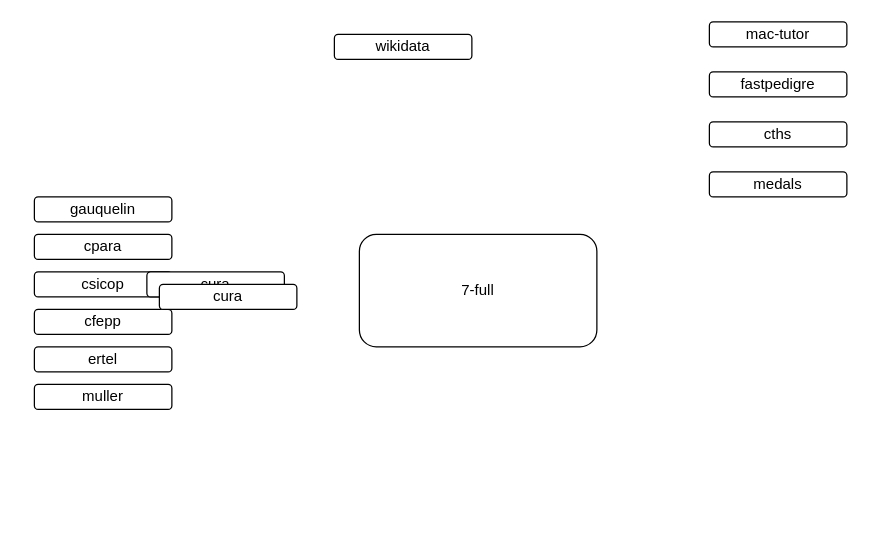
Before: docs/img/7-full.drawio in tig12/g5, a draw.io diagram. Source tidied: cells renumbered, new cells numbered last; positions are measured from the earlier drawing's top-left corner, leaving out a move shared by most shapes. Both pictures are drawn from the tidied source at 125%, with x=0, y=0 at pixel (34, 21).
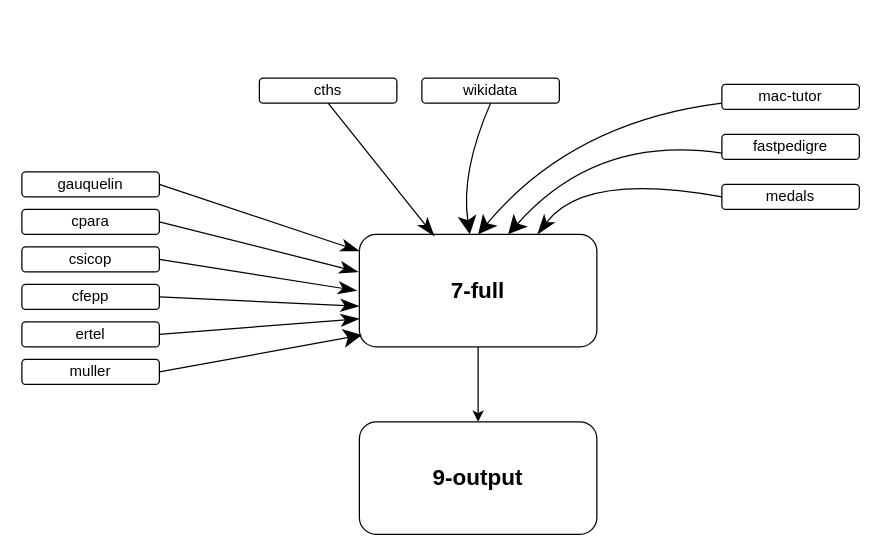
After the change.

Change to the diagram source:
```diff
@@
-    <mxCell id="2" value="7-full" style="rounded=1;whiteSpace=wrap;html=1;" parent="1" vertex="1">
+    <mxCell id="2" value="&lt;font style=&quot;font-size: 18px&quot;&gt;&lt;b&gt;7-full&lt;/b&gt;&lt;/font&gt;" style="rounded=1;whiteSpace=wrap;html=1;" parent="1" vertex="1">
       <mxGeometry x="260" y="170" width="190" height="90" as="geometry" />
     </mxCell>
     <mxCell id="3" value="mac-tutor" style="rounded=1;whiteSpace=wrap;html=1;" parent="1" vertex="1">
-      <mxGeometry x="540" width="110" height="20" as="geometry" />
+      <mxGeometry x="550" y="50" width="110" height="20" as="geometry" />
     </mxCell>
     <mxCell id="4" value="gauquelin" style="rounded=1;whiteSpace=wrap;html=1;" parent="1" vertex="1">
-      <mxGeometry y="140" width="110" height="20" as="geometry" />
+      <mxGeometry x="-10" y="120" width="110" height="20" as="geometry" />
     </mxCell>
     <mxCell id="5" value="cpara" style="rounded=1;whiteSpace=wrap;html=1;" parent="1" vertex="1">
-      <mxGeometry y="170" width="110" height="20" as="geometry" />
+      <mxGeometry x="-10" y="150" width="110" height="20" as="geometry" />
     </mxCell>
     <mxCell id="6" value="csicop" style="rounded=1;whiteSpace=wrap;html=1;" parent="1" vertex="1">
-      <mxGeometry y="200" width="110" height="20" as="geometry" />
+      <mxGeometry x="-10" y="180" width="110" height="20" as="geometry" />
     </mxCell>
     <mxCell id="7" value="cfepp" style="rounded=1;whiteSpace=wrap;html=1;" parent="1" vertex="1">
-      <mxGeometry y="230" width="110" height="20" as="geometry" />
+      <mxGeometry x="-10" y="210" width="110" height="20" as="geometry" />
     </mxCell>
     <mxCell id="8" value="ertel" style="rounded=1;whiteSpace=wrap;html=1;" parent="1" vertex="1">
-      <mxGeometry y="260" width="110" height="20" as="geometry" />
+      <mxGeometry x="-10" y="240" width="110" height="20" as="geometry" />
     </mxCell>
     <mxCell id="9" value="muller" style="rounded=1;whiteSpace=wrap;html=1;" parent="1" vertex="1">
-      <mxGeometry y="290" width="110" height="20" as="geometry" />
+      <mxGeometry x="-10" y="270" width="110" height="20" as="geometry" />
     </mxCell>
     <mxCell id="10" value="wikidata" style="rounded=1;whiteSpace=wrap;html=1;" parent="1" vertex="1">
-      <mxGeometry x="240" y="10" width="110" height="20" as="geometry" />
+      <mxGeometry x="310" y="45" width="110" height="20" as="geometry" />
     </mxCell>
     <mxCell id="11" value="fastpedigre" style="rounded=1;whiteSpace=wrap;html=1;" parent="1" vertex="1">
-      <mxGeometry x="540" y="40" width="110" height="20" as="geometry" />
+      <mxGeometry x="550" y="90" width="110" height="20" as="geometry" />
     </mxCell>
-    <mxCell id="12" value="cura" style="rounded=1;whiteSpace=wrap;html=1;" parent="1" vertex="1">
-      <mxGeometry x="90" y="200" width="110" height="20" as="geometry" />
-    </mxCell>
-    <mxCell id="13" value="cura" style="rounded=1;whiteSpace=wrap;html=1;" parent="1" vertex="1">
-      <mxGeometry x="100" y="210" width="110" height="20" as="geometry" />
-    </mxCell>
     <mxCell id="14" value="medals" style="rounded=1;whiteSpace=wrap;html=1;" parent="1" vertex="1">
-      <mxGeometry x="540" y="120" width="110" height="20" as="geometry" />
+      <mxGeometry x="550" y="130" width="110" height="20" as="geometry" />
     </mxCell>
     <mxCell id="15" value="cths" style="rounded=1;whiteSpace=wrap;html=1;" parent="1" vertex="1">
-      <mxGeometry x="540" y="80" width="110" height="20" as="geometry" />
+      <mxGeometry x="180" y="45" width="110" height="20" as="geometry" />
     </mxCell>
+    <mxCell id="16" style="endArrow=classicThin;endFill=1;endSize=12;html=1;exitX=1;exitY=0.5;exitDx=0;exitDy=0;" parent="1" edge="1" source="4" target="2">
+      <mxGeometry relative="1" as="geometry" />
+    </mxCell>
+    <mxCell id="17" style="endArrow=classicThin;endFill=1;endSize=12;html=1;exitX=1;exitY=0.5;exitDx=0;exitDy=0;" parent="1" edge="1" source="5">
+      <mxGeometry relative="1" as="geometry">
+        <mxPoint x="259" y="200" as="targetPoint" />
+      </mxGeometry>
+    </mxCell>
+    <mxCell id="18" style="endArrow=classicThin;endFill=1;endSize=12;html=1;exitX=1;exitY=0.5;exitDx=0;exitDy=0;" parent="1" edge="1" source="6">
+      <mxGeometry relative="1" as="geometry">
+        <mxPoint x="258" y="215" as="targetPoint" />
+      </mxGeometry>
+    </mxCell>
+    <mxCell id="19" style="endArrow=classicThin;endFill=1;endSize=12;html=1;exitX=1;exitY=0.5;exitDx=0;exitDy=0;entryX=-0.001;entryY=0.638;entryDx=0;entryDy=0;entryPerimeter=0;" parent="1" edge="1" source="7" target="2">
+      <mxGeometry relative="1" as="geometry" />
+    </mxCell>
+    <mxCell id="20" style="endArrow=classicThin;endFill=1;endSize=12;html=1;exitX=1;exitY=0.5;exitDx=0;exitDy=0;entryX=0;entryY=0.75;entryDx=0;entryDy=0;" parent="1" edge="1" source="8" target="2">
+      <mxGeometry relative="1" as="geometry" />
+    </mxCell>
+    <mxCell id="21" style="endArrow=classicThin;endFill=1;endSize=12;html=1;exitX=0.5;exitY=1;exitDx=0;exitDy=0;entryX=0.315;entryY=0.014;entryDx=0;entryDy=0;entryPerimeter=0;" parent="1" edge="1" source="15" target="2">
+      <mxGeometry relative="1" as="geometry" />
+    </mxCell>
+    <mxCell id="22" style="curved=1;endArrow=classicThin;html=1;entryX=0.75;entryY=0;entryDx=0;entryDy=0;exitX=0;exitY=0.5;exitDx=0;exitDy=0;endFill=1;endSize=13;" parent="1" edge="1" source="14" target="2">
+      <mxGeometry relative="1" as="geometry">
+        <Array as="points">
+          <mxPoint x="440" y="120" />
+        </Array>
+      </mxGeometry>
+    </mxCell>
+    <mxCell id="23" style="curved=1;endArrow=classic;html=1;exitX=1;exitY=0.5;exitDx=0;exitDy=0;entryX=0.011;entryY=0.894;entryDx=0;entryDy=0;entryPerimeter=0;endSize=12;" parent="1" edge="1" source="9" target="2">
+      <mxGeometry relative="1" as="geometry" />
+    </mxCell>
+    <mxCell id="24" style="curved=1;endArrow=classic;html=1;exitX=0;exitY=0.75;exitDx=0;exitDy=0;endSize=12;" parent="1" edge="1" source="11">
+      <mxGeometry relative="1" as="geometry">
+        <mxPoint x="379" y="170" as="targetPoint" />
+        <Array as="points">
+          <mxPoint x="450" y="90" />
+        </Array>
+      </mxGeometry>
+    </mxCell>
+    <mxCell id="25" style="curved=1;endArrow=classic;html=1;exitX=0;exitY=0.75;exitDx=0;exitDy=0;endSize=12;entryX=0.5;entryY=0;entryDx=0;entryDy=0;" parent="1" edge="1" source="3" target="2">
+      <mxGeometry relative="1" as="geometry">
+        <Array as="points">
+          <mxPoint x="430" y="80" />
+        </Array>
+      </mxGeometry>
+    </mxCell>
+    <mxCell id="26" style="curved=1;endArrow=classic;html=1;exitX=0.5;exitY=1;exitDx=0;exitDy=0;endSize=12;" parent="1" edge="1" source="10" target="2">
+      <mxGeometry relative="1" as="geometry">
+        <Array as="points">
+          <mxPoint x="341" y="120" />
+        </Array>
+      </mxGeometry>
+    </mxCell>
+    <mxCell id="27" value="&lt;font style=&quot;font-size: 18px&quot;&gt;&lt;b&gt;9-output&lt;/b&gt;&lt;/font&gt;" style="rounded=1;whiteSpace=wrap;html=1;" parent="1" vertex="1">
+      <mxGeometry x="260" y="320" width="190" height="90" as="geometry" />
+    </mxCell>
+    <mxCell id="28" style="curved=1;endArrow=classic;html=1;exitX=0.5;exitY=1;exitDx=0;exitDy=0;entryX=0.5;entryY=0;entryDx=0;entryDy=0;" parent="1" edge="1" source="2" target="27">
+      <mxGeometry relative="1" as="geometry" />
+    </mxCell>
```
